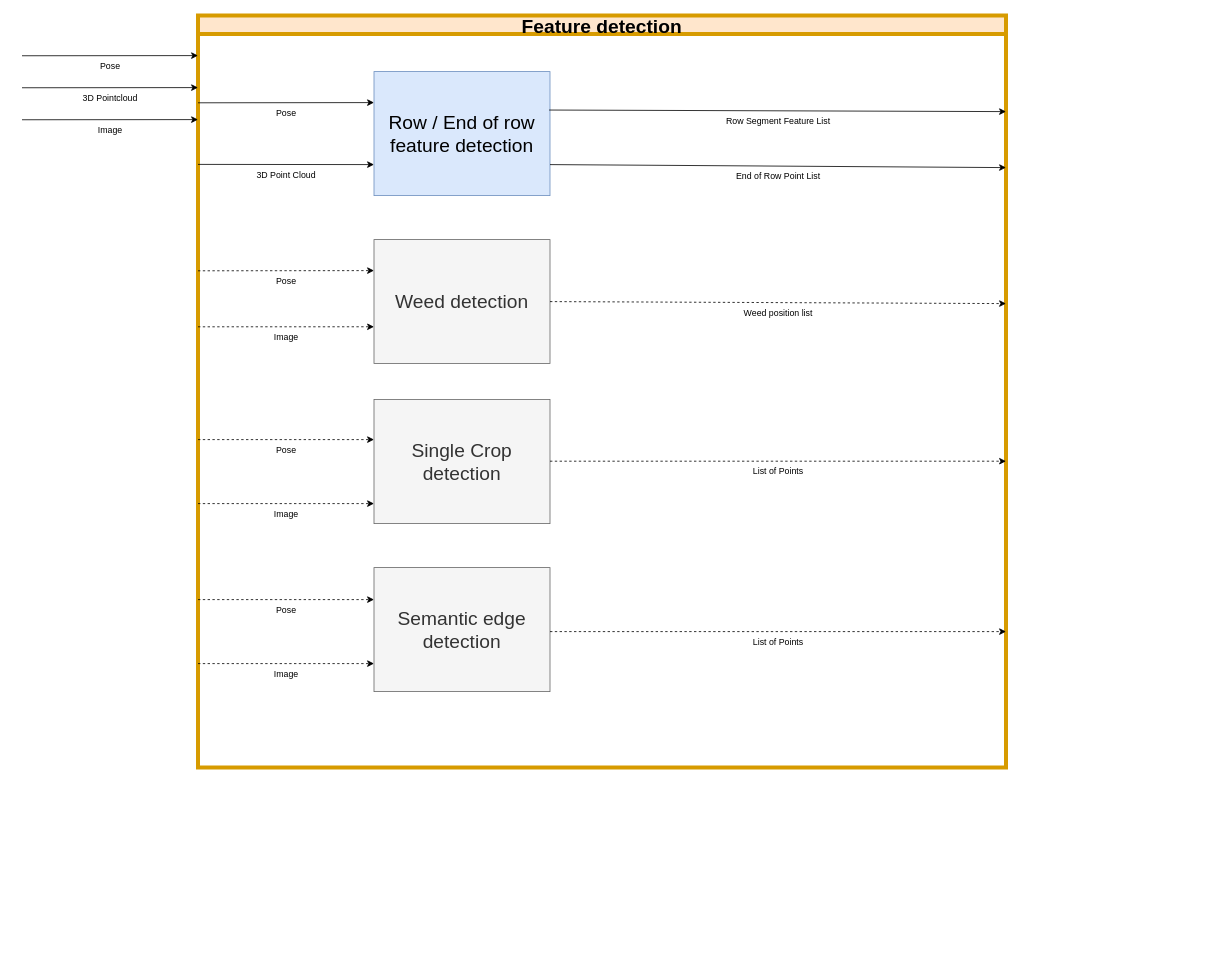
The draw.io diagram page "Feature detection" (5 of 12) of TestNav.drawio in ipa-dmo/ipa_outdoor_docu, before the edit. Source tidied: cells renumbered, new cells numbered last; positions are measured from the earlier drawing's top-left corner, leaving out a move shared by most shapes. Both pictures are drawn from the tidied source at 80%, with x=0, y=0 at pixel (22, 15).
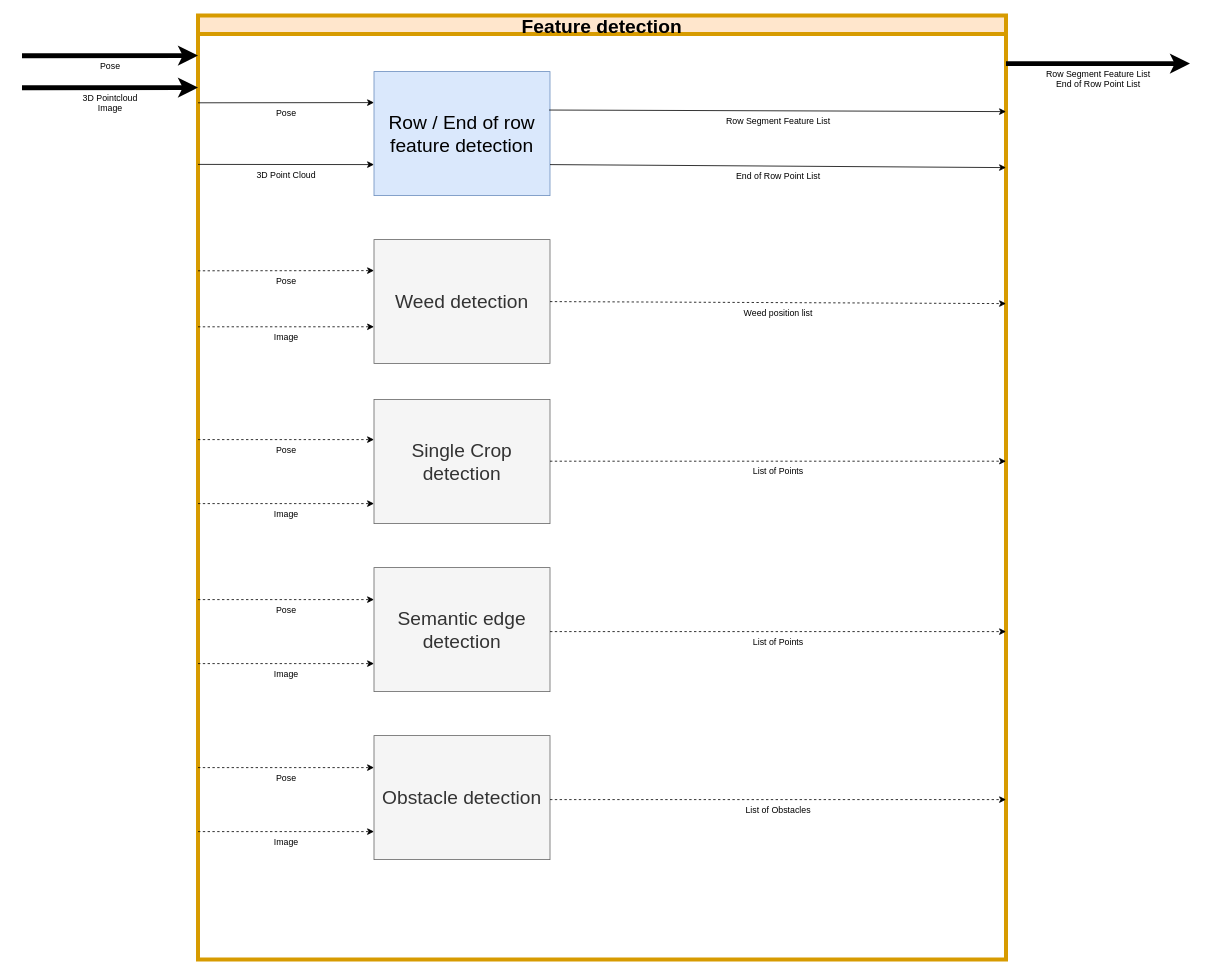
The same page after the edit.

Change to the diagram source:
```diff
@@
     <mxCell id="2" value="Feature detection" style="swimlane;fillColor=#ffe6cc;strokeColor=#d79b00;fontSize=24;strokeWidth=5;" parent="1" vertex="1">
-      <mxGeometry x="220" width="1010" height="940" as="geometry" />
+      <mxGeometry x="220" width="1010" height="1180" as="geometry" />
     </mxCell>
@@
+    <mxCell id="23" value="&lt;font style=&quot;font-size: 24px&quot;&gt;Obstacle detection&lt;br&gt;&lt;/font&gt;" style="whiteSpace=wrap;html=1;fillColor=#f5f5f5;strokeColor=#666666;fontColor=#333333;" parent="2" vertex="1">
+      <mxGeometry x="220" y="900" width="220" height="155" as="geometry" />
+    </mxCell>
+    <mxCell id="24" value="Pose" style="endArrow=classic;html=1;verticalAlign=top;entryX=0;entryY=0.703;entryDx=0;entryDy=0;entryPerimeter=0;dashed=1;" parent="2" edge="1">
+      <mxGeometry relative="1" as="geometry">
+        <mxPoint y="940" as="sourcePoint" />
+        <mxPoint x="220" y="940" as="targetPoint" />
+      </mxGeometry>
+    </mxCell>
+    <mxCell id="17" value="Image" style="endArrow=classic;html=1;verticalAlign=top;entryX=0;entryY=0.703;entryDx=0;entryDy=0;entryPerimeter=0;dashed=1;" parent="2" edge="1">
+      <mxGeometry relative="1" as="geometry">
+        <mxPoint y="1020" as="sourcePoint" />
+        <mxPoint x="220" y="1020" as="targetPoint" />
+      </mxGeometry>
+    </mxCell>
+    <mxCell id="25" value="&lt;div&gt;List of Obstacles&lt;br&gt;&lt;/div&gt;" style="endArrow=classic;html=1;verticalAlign=top;dashed=1;" parent="2" edge="1">
+      <mxGeometry relative="1" as="geometry">
+        <mxPoint x="440" y="980" as="sourcePoint" />
+        <mxPoint x="1010" y="980" as="targetPoint" />
+      </mxGeometry>
+    </mxCell>
@@
-    <mxCell id="15" value="&lt;div&gt;Pose&lt;/div&gt;" style="endArrow=classic;html=1;verticalAlign=top;entryX=0;entryY=0.25;entryDx=0;entryDy=0;" parent="1" edge="1">
+    <mxCell id="15" value="&lt;div&gt;Pose&lt;/div&gt;" style="endArrow=classic;html=1;verticalAlign=top;entryX=0;entryY=0.25;entryDx=0;entryDy=0;strokeWidth=6;" parent="1" edge="1">
       <mxGeometry relative="1" as="geometry">
         <mxPoint y="50.2" as="sourcePoint" />
         <mxPoint x="220" y="50" as="targetPoint" />
       </mxGeometry>
     </mxCell>
-    <mxCell id="16" value="3D Pointcloud" style="endArrow=classic;html=1;verticalAlign=top;entryX=0;entryY=0.25;entryDx=0;entryDy=0;" parent="1" edge="1">
+    <mxCell id="16" value="&lt;div&gt;3D Pointcloud&lt;/div&gt;&lt;div&gt;Image&lt;/div&gt;" style="endArrow=classic;html=1;verticalAlign=top;entryX=0;entryY=0.25;entryDx=0;entryDy=0;strokeWidth=6;" parent="1" edge="1">
       <mxGeometry relative="1" as="geometry">
         <mxPoint y="90.2" as="sourcePoint" />
         <mxPoint x="220" y="90" as="targetPoint" />
       </mxGeometry>
     </mxCell>
-    <mxCell id="17" value="Image" style="endArrow=classic;html=1;verticalAlign=top;entryX=0;entryY=0.25;entryDx=0;entryDy=0;" parent="1" edge="1">
-      <mxGeometry relative="1" as="geometry">
-        <mxPoint y="130.2" as="sourcePoint" />
-        <mxPoint x="220" y="130" as="targetPoint" />
-      </mxGeometry>
-    </mxCell>
@@
+    <mxCell id="26" value="&lt;div&gt;Row Segment Feature List&lt;/div&gt;&lt;div&gt;End of Row Point List&lt;br&gt;&lt;/div&gt;" style="endArrow=classic;html=1;verticalAlign=top;entryX=0;entryY=0.25;entryDx=0;entryDy=0;strokeWidth=6;" parent="1" edge="1">
+      <mxGeometry relative="1" as="geometry">
+        <mxPoint x="1230" y="60" as="sourcePoint" />
+        <mxPoint x="1460" y="60" as="targetPoint" />
+      </mxGeometry>
+    </mxCell>
```
